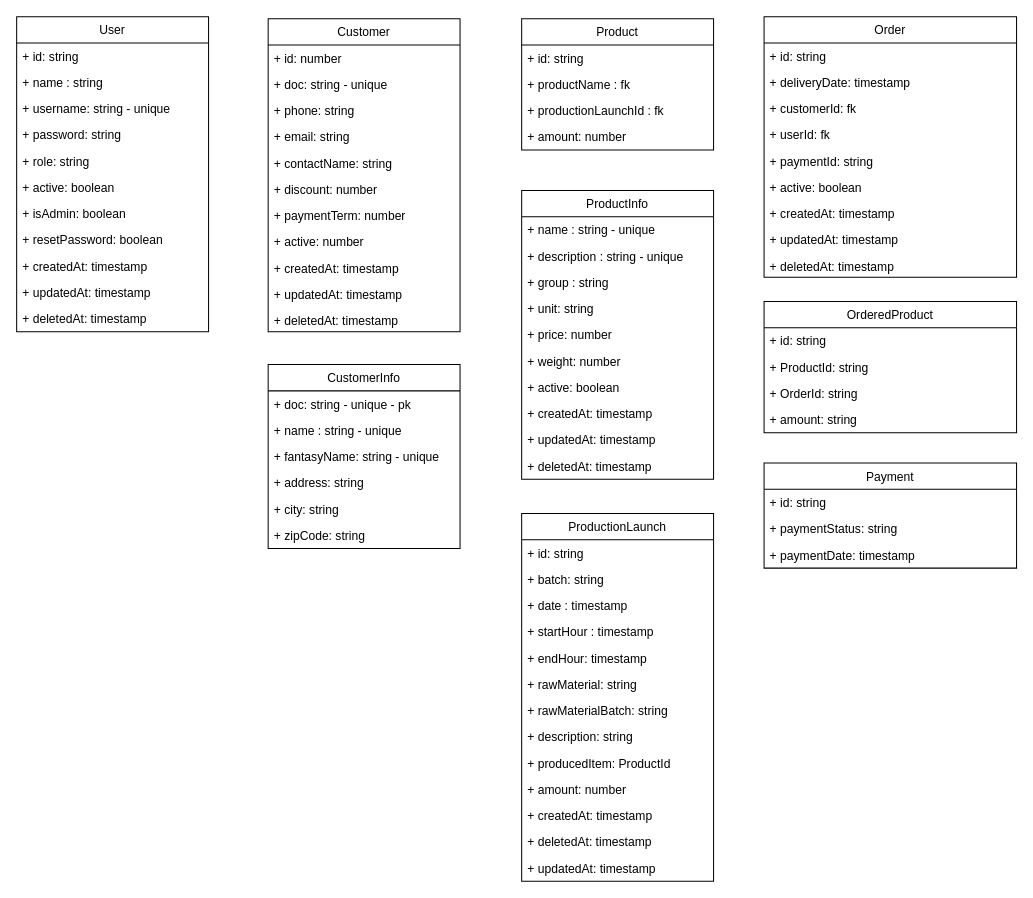
gabrielmrenno/erp_sales keeps this draw.io diagram as documentation/class-diagram.drawio. Above is the earlier version. Source tidied: cells renumbered, new cells numbered last; positions are measured from the earlier drawing's top-left corner, leaving out a move shared by most shapes. Both pictures are drawn from the tidied source at 101%, with x=0, y=0 at pixel (16, 16).
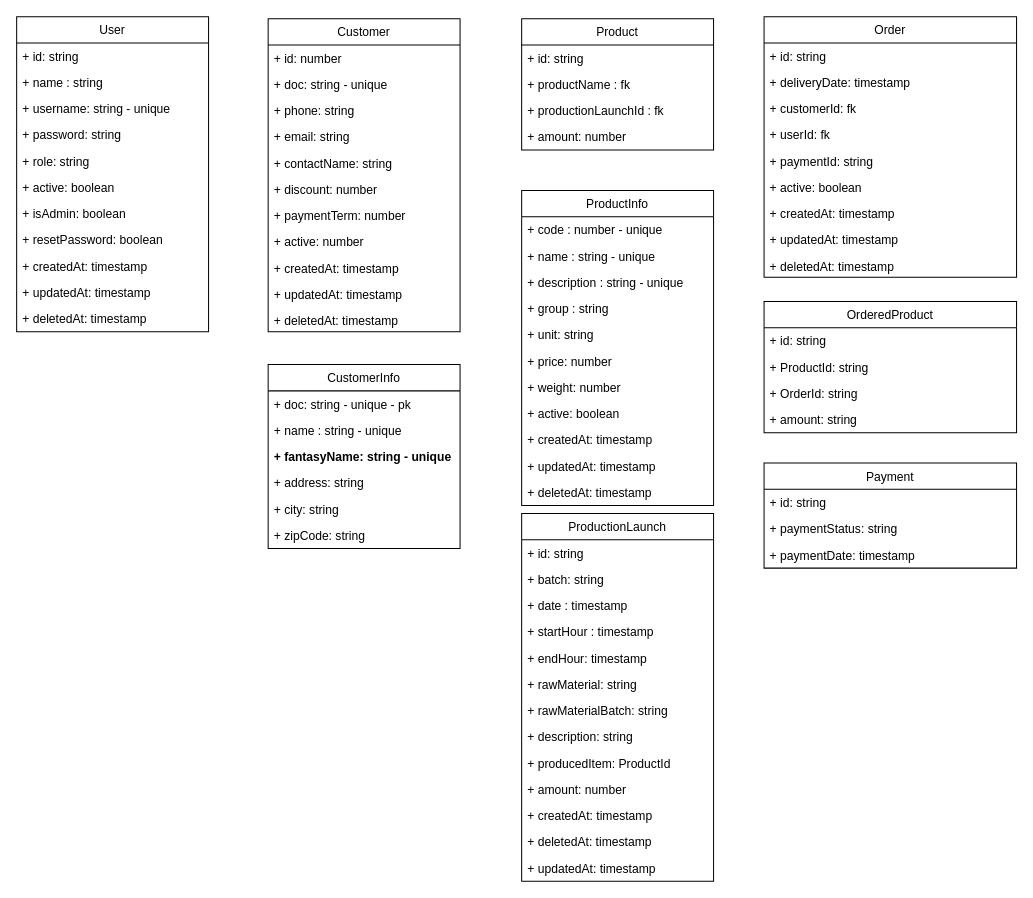
The same diagram, later.

The change refers to these unchanged cells:
```xml
<mxCell id="55" value="CustomerInfo" style="swimlane;fontStyle=0;horizontal=1;startSize=26;fillColor=none;" parent="1" vertex="1">
  <mxGeometry x="249" y="344.5" width="190" height="182" as="geometry" />
</mxCell>
```

Diff of the diagram source:
```diff
@@
-    <mxCell id="58" value="+ fantasyName: string - unique" style="text;strokeColor=none;fillColor=none;align=left;verticalAlign=top;spacingLeft=4;spacingRight=4;overflow=hidden;" parent="55" vertex="1">
+    <mxCell id="58" value="+ fantasyName: string - unique" style="text;strokeColor=none;fillColor=none;align=left;verticalAlign=top;spacingLeft=4;spacingRight=4;overflow=hidden;fontStyle=1;" parent="55" vertex="1">
       <mxGeometry y="78" width="190" height="26" as="geometry" />
     </mxCell>
@@
     <mxCell id="71" value="ProductInfo" style="swimlane;fontStyle=0;horizontal=1;startSize=26;fillColor=none;" parent="1" vertex="1">
-      <mxGeometry x="500" y="172" width="190" height="286" as="geometry" />
+      <mxGeometry x="500" y="172" width="190" height="312" as="geometry" />
     </mxCell>
+    <mxCell id="82" value="+ code : number - unique" style="text;strokeColor=none;fillColor=none;align=left;verticalAlign=top;spacingLeft=4;spacingRight=4;overflow=hidden;" parent="71" vertex="1">
+      <mxGeometry y="26" width="190" height="26" as="geometry" />
+    </mxCell>
     <mxCell id="72" value="+ name : string - unique" style="text;strokeColor=none;fillColor=none;align=left;verticalAlign=top;spacingLeft=4;spacingRight=4;overflow=hidden;" parent="71" vertex="1">
-      <mxGeometry y="26" width="190" height="26" as="geometry" />
+      <mxGeometry y="52" width="190" height="26" as="geometry" />
     </mxCell>
     <mxCell id="73" value="+ description : string - unique" style="text;strokeColor=none;fillColor=none;align=left;verticalAlign=top;spacingLeft=4;spacingRight=4;overflow=hidden;" parent="71" vertex="1">
-      <mxGeometry y="52" width="190" height="26" as="geometry" />
+      <mxGeometry y="78" width="190" height="26" as="geometry" />
     </mxCell>
     <mxCell id="74" value="+ group : string" style="text;strokeColor=none;fillColor=none;align=left;verticalAlign=top;spacingLeft=4;spacingRight=4;overflow=hidden;" parent="71" vertex="1">
-      <mxGeometry y="78" width="190" height="26" as="geometry" />
+      <mxGeometry y="104" width="190" height="26" as="geometry" />
     </mxCell>
     <mxCell id="75" value="+ unit: string" style="text;strokeColor=none;fillColor=none;align=left;verticalAlign=top;spacingLeft=4;spacingRight=4;overflow=hidden;" parent="71" vertex="1">
-      <mxGeometry y="104" width="190" height="26" as="geometry" />
+      <mxGeometry y="130" width="190" height="26" as="geometry" />
     </mxCell>
     <mxCell id="76" value="+ price: number" style="text;strokeColor=none;fillColor=none;align=left;verticalAlign=top;spacingLeft=4;spacingRight=4;overflow=hidden;" parent="71" vertex="1">
-      <mxGeometry y="130" width="190" height="26" as="geometry" />
+      <mxGeometry y="156" width="190" height="26" as="geometry" />
     </mxCell>
     <mxCell id="77" value="+ weight: number" style="text;strokeColor=none;fillColor=none;align=left;verticalAlign=top;spacingLeft=4;spacingRight=4;overflow=hidden;" parent="71" vertex="1">
-      <mxGeometry y="156" width="190" height="26" as="geometry" />
+      <mxGeometry y="182" width="190" height="26" as="geometry" />
     </mxCell>
     <mxCell id="78" value="+ active: boolean" style="text;strokeColor=none;fillColor=none;align=left;verticalAlign=top;spacingLeft=4;spacingRight=4;overflow=hidden;" parent="71" vertex="1">
-      <mxGeometry y="182" width="190" height="26" as="geometry" />
+      <mxGeometry y="208" width="190" height="26" as="geometry" />
     </mxCell>
     <mxCell id="79" value="+ createdAt: timestamp" style="text;strokeColor=none;fillColor=none;align=left;verticalAlign=top;spacingLeft=4;spacingRight=4;overflow=hidden;" parent="71" vertex="1">
-      <mxGeometry y="208" width="190" height="26" as="geometry" />
+      <mxGeometry y="234" width="190" height="26" as="geometry" />
     </mxCell>
     <mxCell id="80" value="+ updatedAt: timestamp" style="text;strokeColor=none;fillColor=none;align=left;verticalAlign=top;spacingLeft=4;spacingRight=4;overflow=hidden;" parent="71" vertex="1">
-      <mxGeometry y="234" width="190" height="26" as="geometry" />
+      <mxGeometry y="260" width="190" height="26" as="geometry" />
     </mxCell>
     <mxCell id="81" value="+ deletedAt: timestamp" style="text;strokeColor=none;fillColor=none;align=left;verticalAlign=top;spacingLeft=4;spacingRight=4;overflow=hidden;" parent="71" vertex="1">
-      <mxGeometry y="260" width="190" height="26" as="geometry" />
+      <mxGeometry y="286" width="190" height="26" as="geometry" />
     </mxCell>
```
